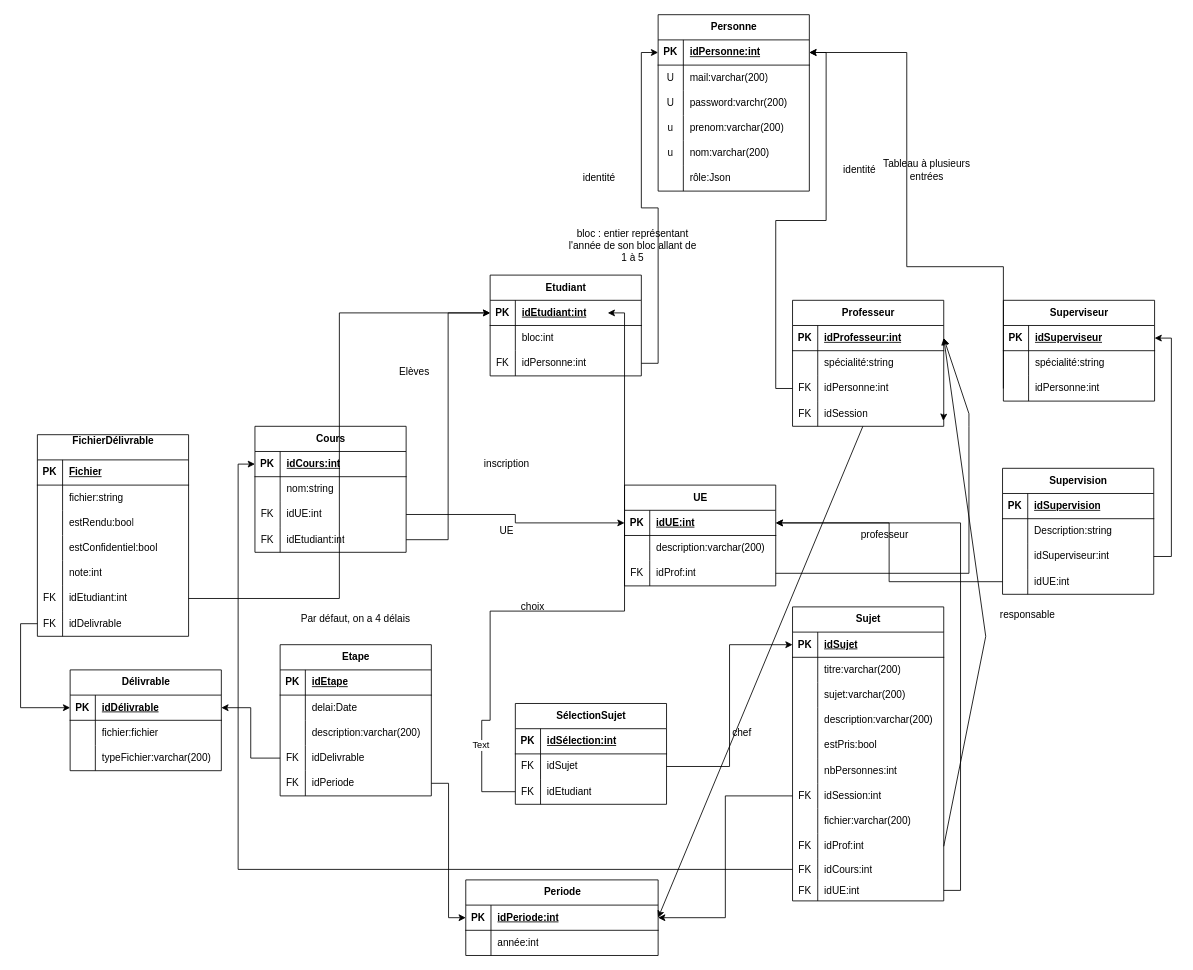
Eragon6080/ProjetLogiciel2024 keeps this draw.io diagram as page "Schéma relationnel" (1 of 2) of Docs/diagrammes/entiteRelationBD.drawio. Above is the earlier version. Source tidied: cells renumbered, new cells numbered last; positions are measured from the earlier drawing's top-left corner, leaving out a move shared by most shapes. Both pictures are drawn from the tidied source at 84%, with x=0, y=0 at pixel (37, 14).
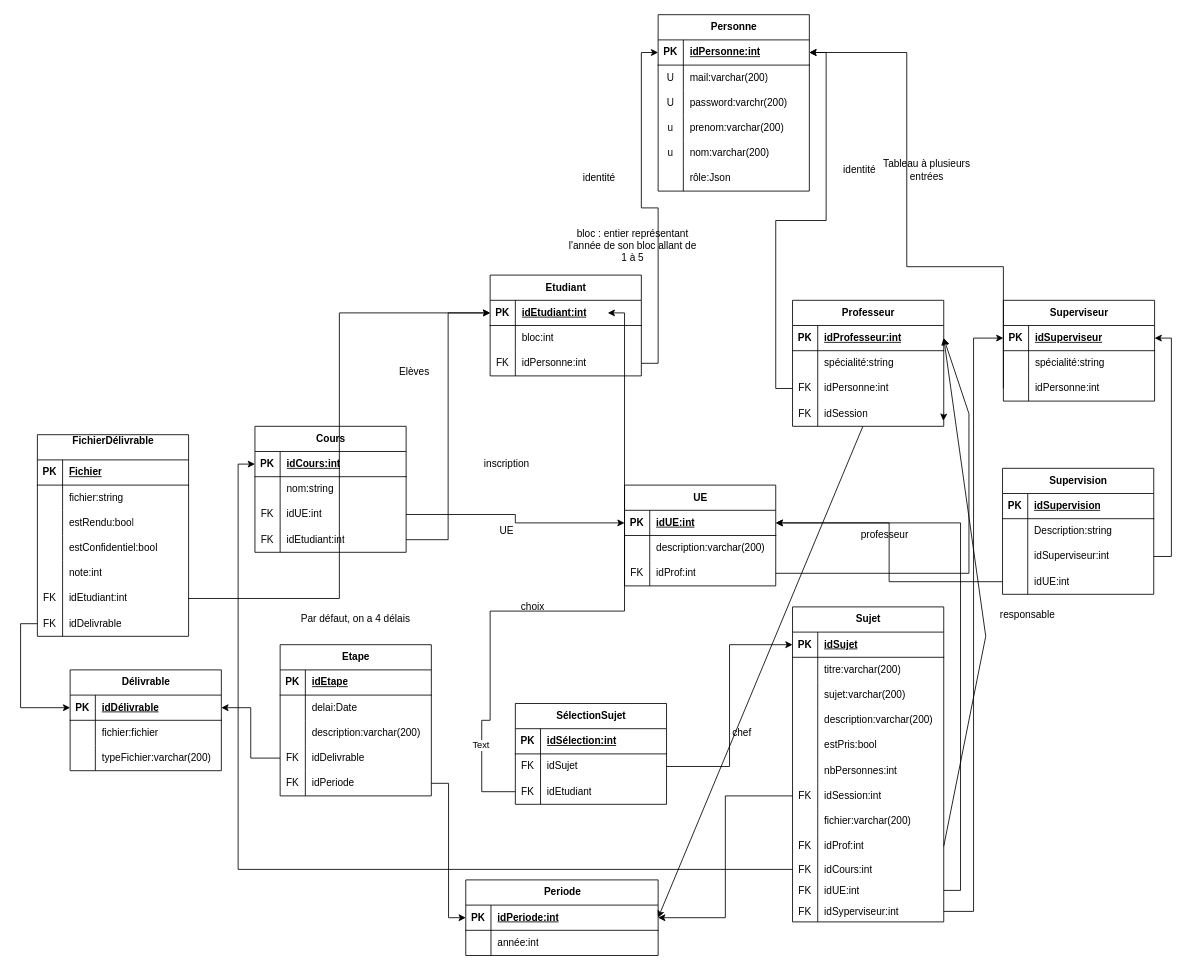
The same diagram, later.

Commit message (it also covers changes not shown here):
Ajout du nouveau trigger

The change refers to these unchanged cells:
```xml
<mxCell id="160" style="shape=tableRow;horizontal=0;startSize=0;swimlaneHead=0;swimlaneBody=0;fillColor=none;points=[[0,0.5],[1,0.5]];portConstraint=eastwest;top=0;left=0;right=0;bottom=1;" parent="159" vertex="1">
  <mxGeometry y="30" width="180" height="30" as="geometry" />
</mxCell>
```

Change to the diagram source:
```diff
@@
     <mxCell id="2" value="Sujet" style="shape=table;startSize=30;childLayout=tableLayout;rowLines=0;fontStyle=1;align=center;html=1;" parent="1" vertex="1">
-      <mxGeometry x="899" y="705" width="180" height="350" as="geometry" />
+      <mxGeometry x="899" y="705" width="180" height="375" as="geometry" />
     </mxCell>
@@
+    <mxCell id="223" style="shape=tableRow;horizontal=0;startSize=0;swimlaneHead=0;swimlaneBody=0;fillColor=none;points=[[0,0.5],[1,0.5]];portConstraint=eastwest;top=0;left=0;right=0;bottom=0;" parent="2" vertex="1">
+      <mxGeometry y="350" width="180" height="25" as="geometry" />
+    </mxCell>
+    <mxCell id="224" value="FK" style="shape=partialRectangle;fillColor=none;top=0;left=0;bottom=0;right=0;overflow=hidden;whiteSpace=wrap;html=1;" parent="223" vertex="1">
+      <mxGeometry width="30" height="25" as="geometry" />
+    </mxCell>
+    <mxCell id="225" value="idSyperviseur:int" style="shape=partialRectangle;fillColor=none;top=0;left=0;bottom=0;right=0;align=left;spacingLeft=6;overflow=hidden;whiteSpace=wrap;html=1;" parent="223" vertex="1">
+      <mxGeometry x="30" width="150" height="25" as="geometry" />
+    </mxCell>
@@
+    <mxCell id="226" style="edgeStyle=orthogonalEdgeStyle;rounded=0;jettySize=auto;html=1;exitX=1;exitY=0.5;exitDx=0;exitDy=0;" parent="1" edge="1" source="223" target="160">
+      <mxGeometry relative="1" as="geometry" />
+    </mxCell>
```
